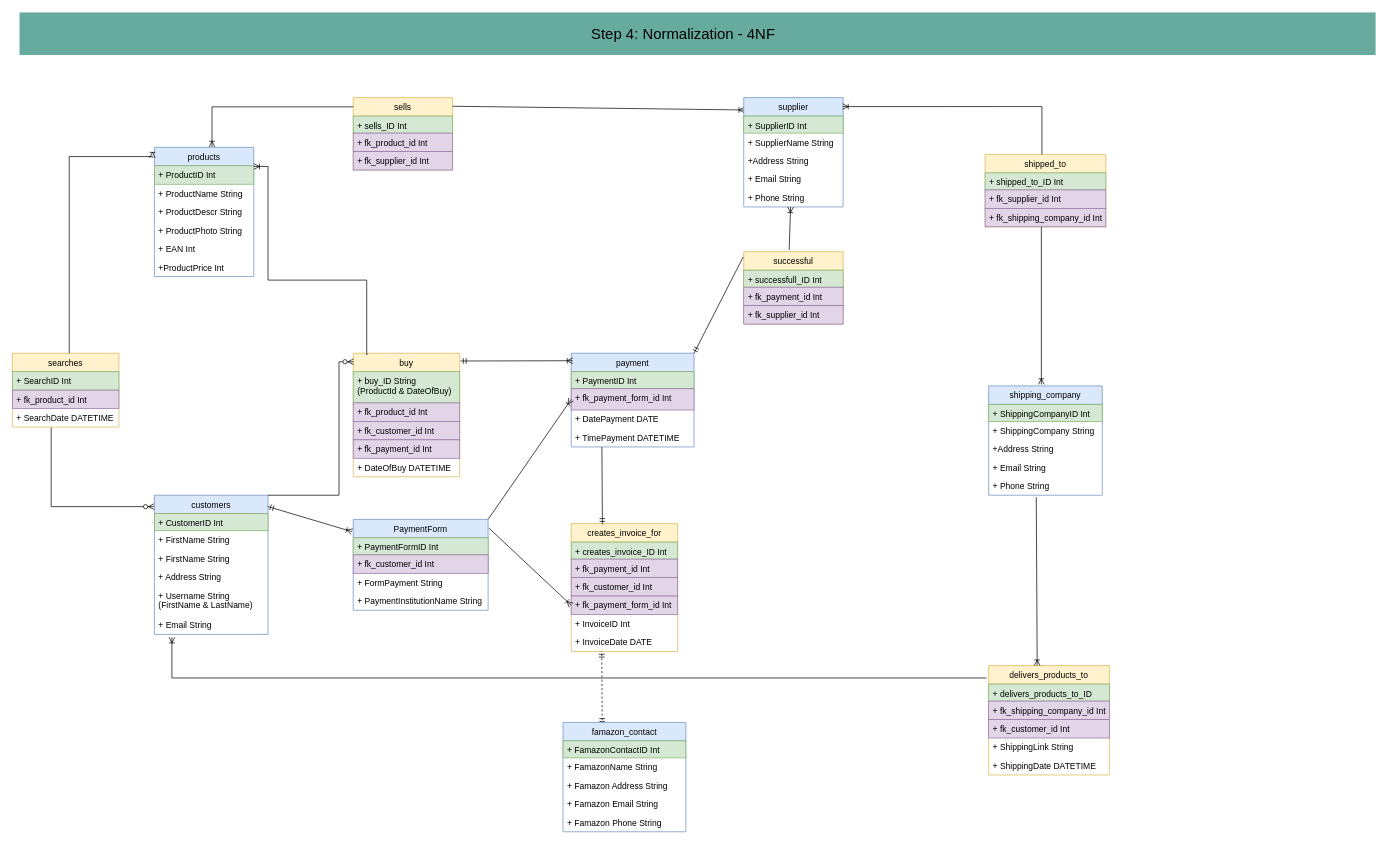
Above: diagrammes/CR_4NF_diagramme.drawio in nat-oku/FE21-CR9-Natalia (draw.io), before the change. Source tidied: cells renumbered, new cells numbered last; positions are measured from the earlier drawing's top-left corner, leaving out a move shared by most shapes. Both pictures are drawn from the tidied source at 71%, with x=0, y=0 at pixel (12, 12).
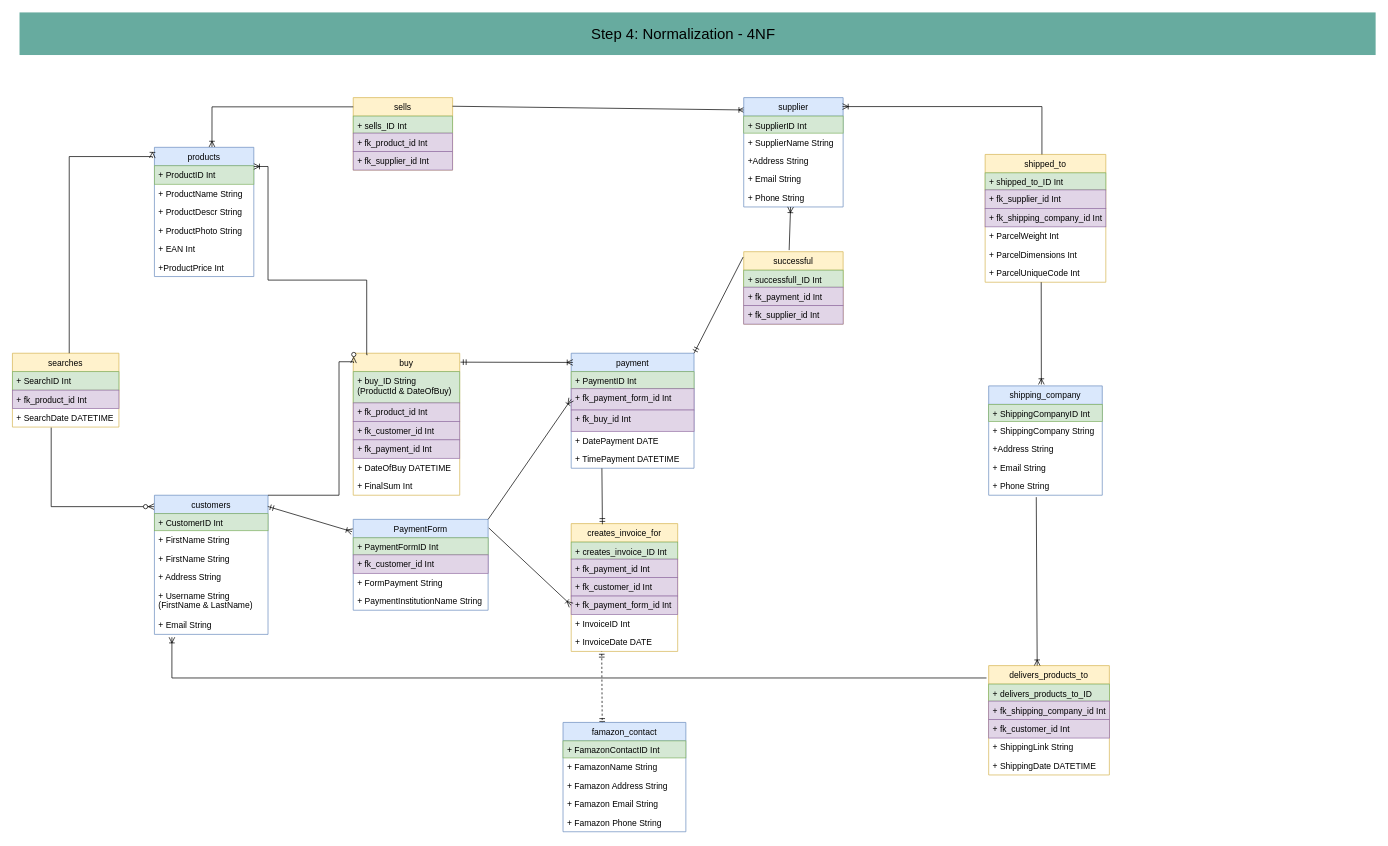
After the change.

What changed in the source:
```diff
@@
     <mxCell id="15" value="buy" style="swimlane;fontStyle=0;horizontal=1;startSize=26;fillColor=#fff2cc;strokeColor=#d6b656;" parent="1" vertex="1">
-      <mxGeometry x="480" y="480" width="150" height="174" as="geometry" />
+      <mxGeometry x="480" y="480" width="150" height="200" as="geometry" />
     </mxCell>
@@
+    <mxCell id="99" value="+ FinalSum Int" style="text;align=left;verticalAlign=top;spacingLeft=4;spacingRight=4;overflow=hidden;" parent="15" vertex="1">
+      <mxGeometry y="174" width="150" height="26" as="geometry" />
+    </mxCell>
@@
     <mxCell id="47" value="payment" style="swimlane;fontStyle=0;horizontal=1;startSize=26;fillColor=#dae8fc;strokeColor=#6c8ebf;" parent="1" vertex="1">
-      <mxGeometry x="787" y="480" width="173" height="132" as="geometry" />
+      <mxGeometry x="787" y="480" width="173" height="162" as="geometry" />
     </mxCell>
@@
+    <mxCell id="100" value="+ fk_buy_id Int" style="text;align=left;verticalAlign=top;spacingLeft=4;spacingRight=4;overflow=hidden;fillColor=#e1d5e7;strokeColor=#9673a6;" parent="47" vertex="1">
+      <mxGeometry y="80" width="173" height="30" as="geometry" />
+    </mxCell>
     <mxCell id="50" value="+ DatePayment DATE" style="text;align=left;verticalAlign=top;spacingLeft=4;spacingRight=4;overflow=hidden;" parent="47" vertex="1">
-      <mxGeometry y="80" width="173" height="26" as="geometry" />
+      <mxGeometry y="110" width="173" height="26" as="geometry" />
     </mxCell>
     <mxCell id="51" value="+ TimePayment DATETIME" style="text;align=left;verticalAlign=top;spacingLeft=4;spacingRight=4;overflow=hidden;points=[[0,0.5],[1,0.5]];portConstraint=eastwest;" parent="47" vertex="1">
-      <mxGeometry y="106" width="173" height="26" as="geometry" />
+      <mxGeometry y="136" width="173" height="26" as="geometry" />
     </mxCell>
@@
     <mxCell id="71" value="shipped_to" style="swimlane;fontStyle=0;horizontal=1;startSize=26;fillColor=#fff2cc;strokeColor=#d6b656;" parent="1" vertex="1">
-      <mxGeometry x="1370" y="200" width="170" height="102" as="geometry" />
+      <mxGeometry x="1370" y="200" width="170" height="180" as="geometry" />
     </mxCell>
@@
+    <mxCell id="101" value="+ ParcelWeight Int" style="text;align=left;verticalAlign=top;spacingLeft=4;spacingRight=4;overflow=hidden;" parent="71" vertex="1">
+      <mxGeometry y="102" width="170" height="26" as="geometry" />
+    </mxCell>
+    <mxCell id="102" value="+ ParcelDimensions Int" style="text;align=left;verticalAlign=top;spacingLeft=4;spacingRight=4;overflow=hidden;" parent="71" vertex="1">
+      <mxGeometry y="128" width="170" height="26" as="geometry" />
+    </mxCell>
+    <mxCell id="103" value="+ ParcelUniqueCode Int" style="text;align=left;verticalAlign=top;spacingLeft=4;spacingRight=4;overflow=hidden;" parent="71" vertex="1">
+      <mxGeometry y="154" width="170" height="26" as="geometry" />
+    </mxCell>
     <mxCell id="75" style="fontSize=12;html=1;endArrow=ERoneToMany;rounded=0;startArrow=none;startFill=0;endFill=0;" parent="1" edge="1">
       <mxGeometry relative="1" as="geometry">
-        <mxPoint x="1449.2" y="302" as="sourcePoint" />
+        <mxPoint x="1449" y="380" as="sourcePoint" />
         <mxPoint x="1449.2" y="524" as="targetPoint" />
       </mxGeometry>
     </mxCell>
```
